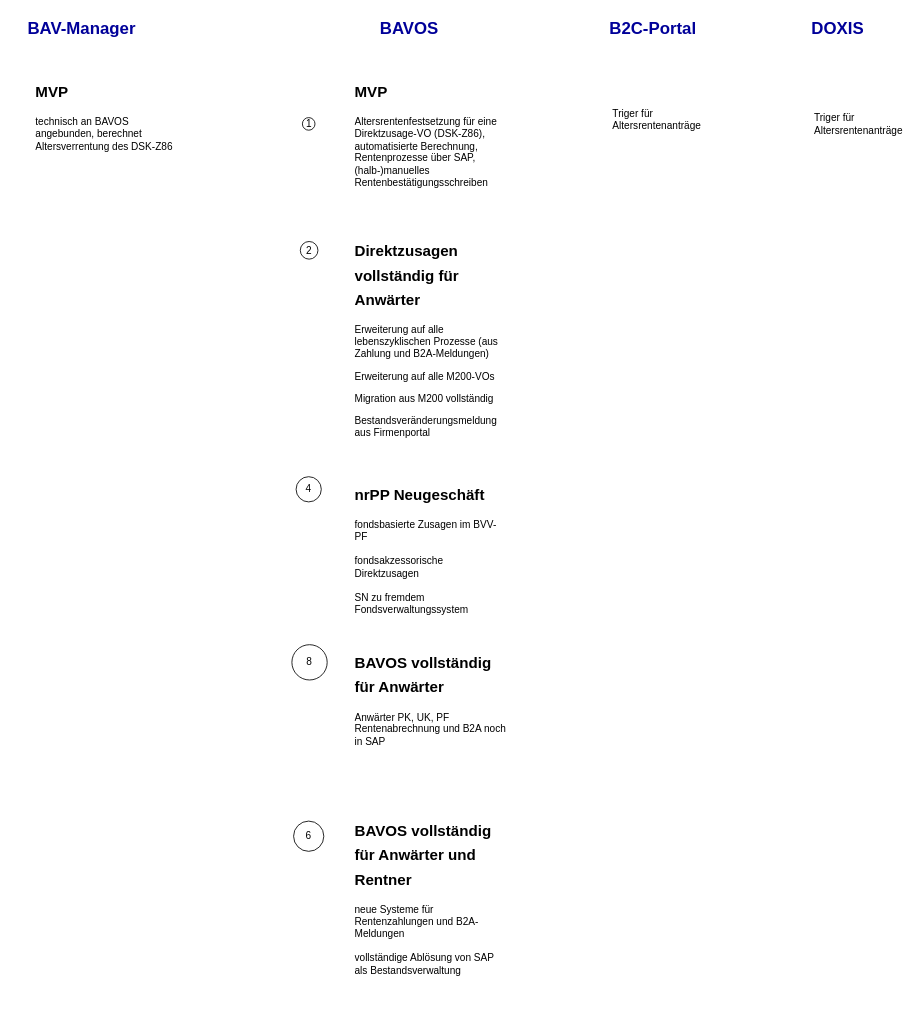
Before: ITNEXT Roadmap.drawio in tzepter/diagrams, a draw.io diagram. Source tidied: cells renumbered, new cells numbered last; positions are measured from the earlier drawing's top-left corner, leaving out a move shared by most shapes. Both pictures are drawn from the tidied source at 84%, with x=0, y=0 at pixel (14, 14).
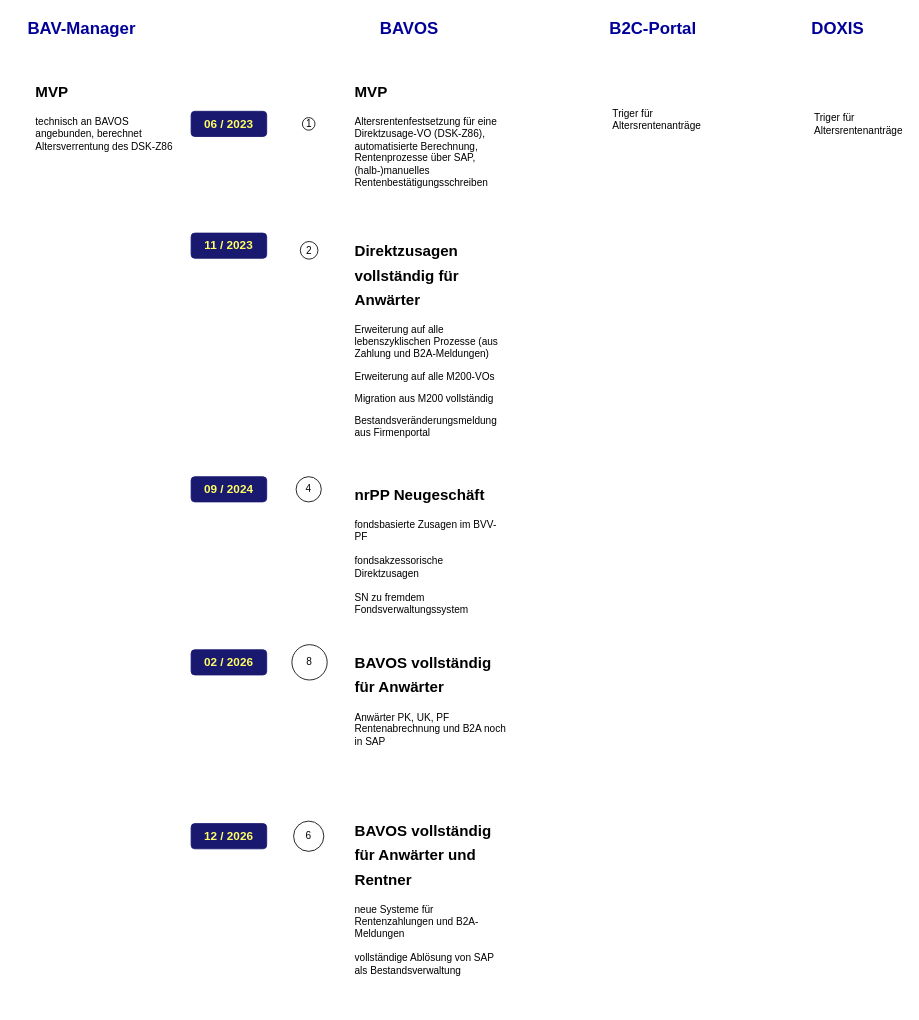
The same page after the edit.

Commit message:
BAVOS Roadmap mit Datum

What changed in the source:
```diff
@@
+    <mxCell id="19" value="&lt;font size=&quot;1&quot;&gt;&lt;b style=&quot;font-size: 14px;&quot;&gt;06 / 2023&lt;/b&gt;&lt;/font&gt;" style="rounded=1;whiteSpace=wrap;html=1;fillColor=#191970;strokeColor=#191970;fontColor=#ffff66;" parent="1" vertex="1">
+      <mxGeometry x="210" y="115" width="90" height="30" as="geometry" />
+    </mxCell>
+    <mxCell id="20" value="&lt;font size=&quot;1&quot;&gt;&lt;b style=&quot;font-size: 14px;&quot;&gt;11 / 2023&lt;/b&gt;&lt;/font&gt;" style="rounded=1;whiteSpace=wrap;html=1;fillColor=#191970;strokeColor=#191970;fontColor=#ffff66;" parent="1" vertex="1">
+      <mxGeometry x="210" y="260" width="90" height="30" as="geometry" />
+    </mxCell>
+    <mxCell id="21" value="&lt;font size=&quot;1&quot;&gt;&lt;b style=&quot;font-size: 14px;&quot;&gt;09 / 2024&lt;/b&gt;&lt;/font&gt;" style="rounded=1;whiteSpace=wrap;html=1;fillColor=#191970;strokeColor=#191970;fontColor=#ffff66;" parent="1" vertex="1">
+      <mxGeometry x="210" y="550" width="90" height="30" as="geometry" />
+    </mxCell>
+    <mxCell id="22" value="&lt;font size=&quot;1&quot;&gt;&lt;b style=&quot;font-size: 14px;&quot;&gt;02 / 2026&lt;/b&gt;&lt;/font&gt;" style="rounded=1;whiteSpace=wrap;html=1;fillColor=#191970;strokeColor=#191970;fontColor=#ffff66;" parent="1" vertex="1">
+      <mxGeometry x="210" y="756" width="90" height="30" as="geometry" />
+    </mxCell>
+    <mxCell id="23" value="&lt;font size=&quot;1&quot;&gt;&lt;b style=&quot;font-size: 14px;&quot;&gt;12 / 2026&lt;/b&gt;&lt;/font&gt;" style="rounded=1;whiteSpace=wrap;html=1;fillColor=#191970;strokeColor=#191970;fontColor=#ffff66;" parent="1" vertex="1">
+      <mxGeometry x="210" y="963" width="90" height="30" as="geometry" />
+    </mxCell>
```
